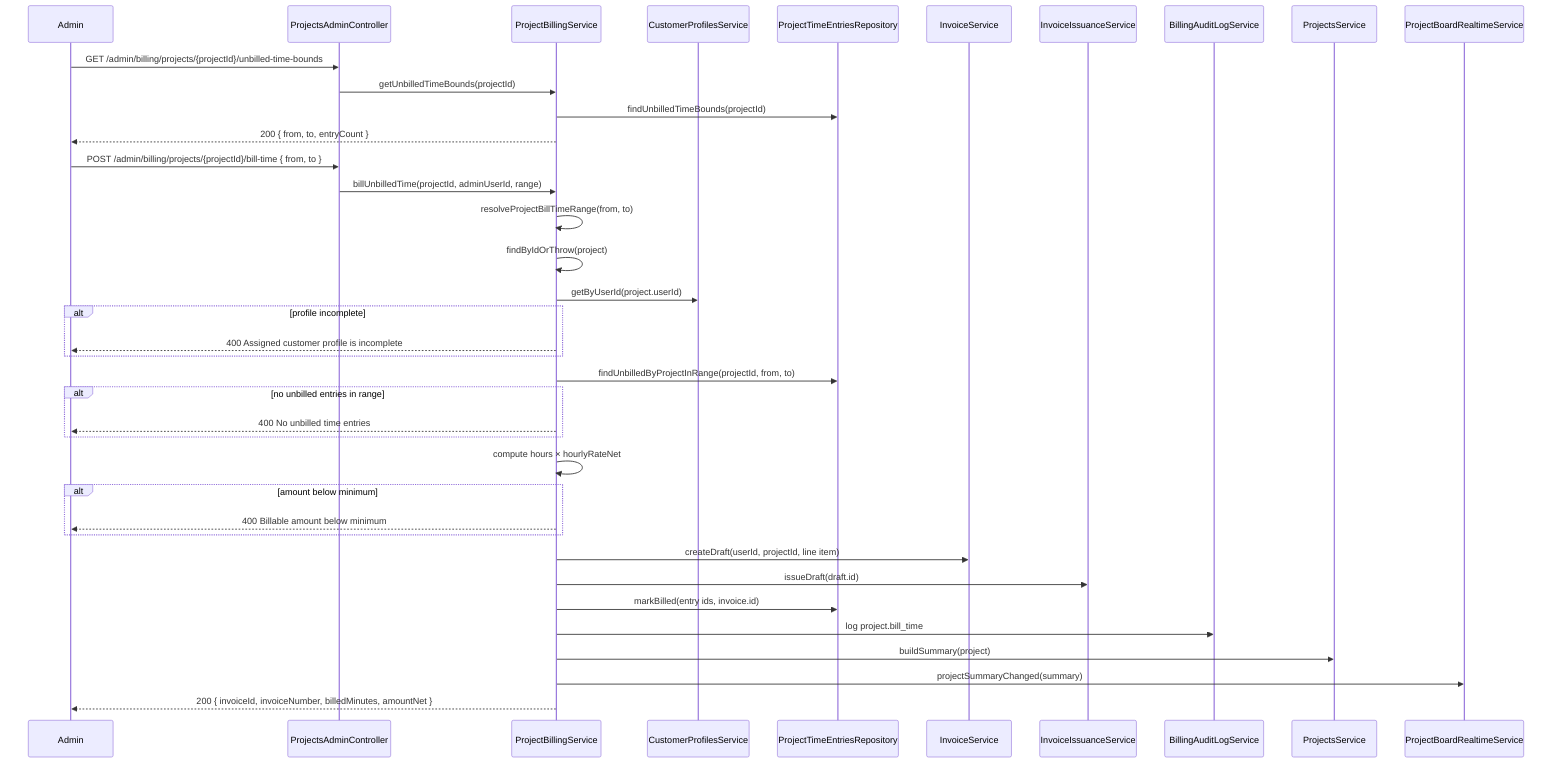
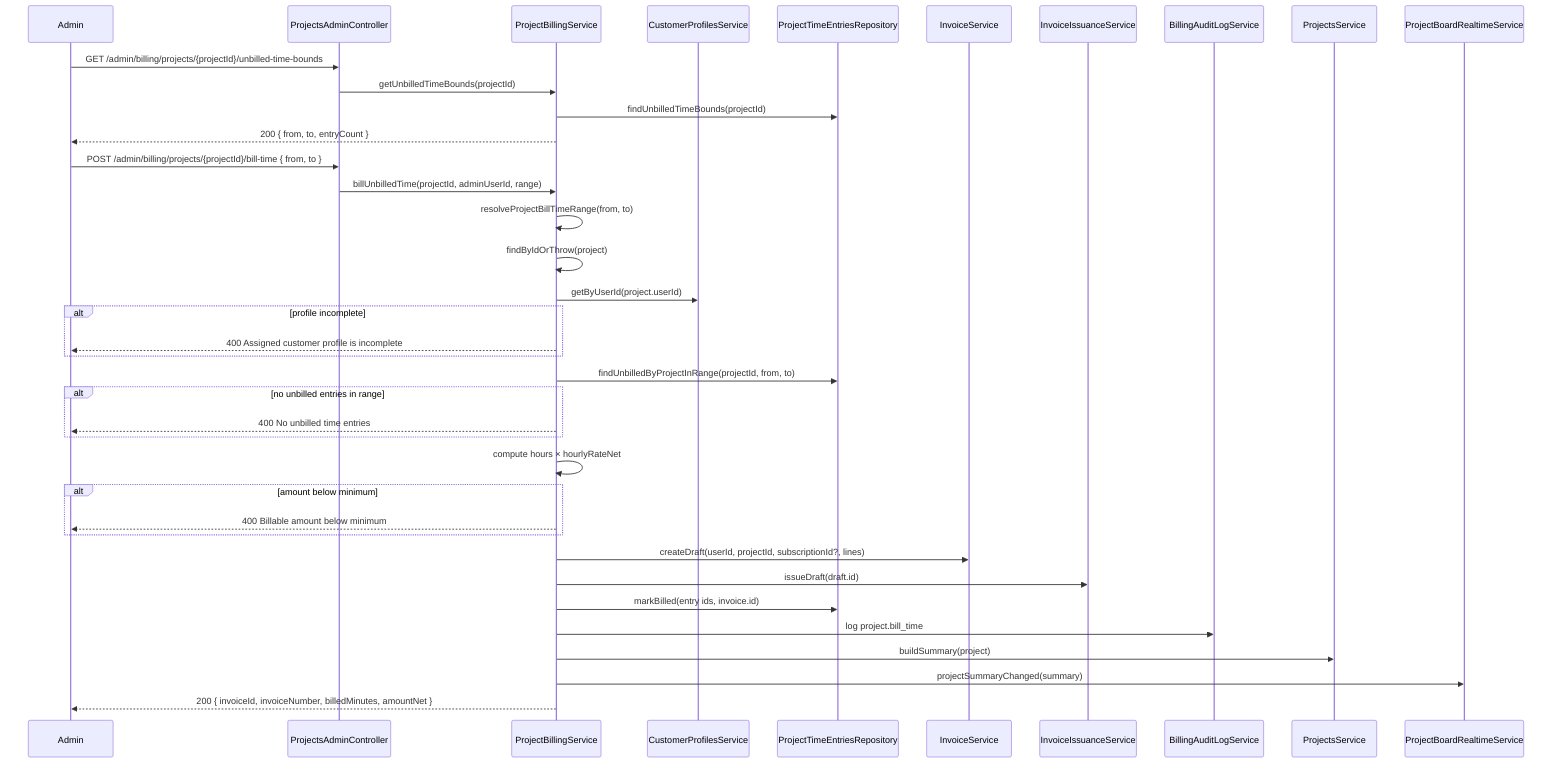
sequenceDiagram
    participant Admin
    participant API as ProjectsAdminController
    participant Billing as ProjectBillingService
    participant Profile as CustomerProfilesService
    participant Time as ProjectTimeEntriesRepository
    participant Invoice as InvoiceService
    participant Issue as InvoiceIssuanceService
    participant Audit as BillingAuditLogService
    participant Summary as ProjectsService
    participant RT as ProjectBoardRealtimeService

    Admin->>API: GET /admin/billing/projects/{projectId}/unbilled-time-bounds
    API->>Billing: getUnbilledTimeBounds(projectId)
    Billing->>Time: findUnbilledTimeBounds(projectId)
    Billing-->>Admin: 200 { from, to, entryCount }

    Admin->>API: POST /admin/billing/projects/{projectId}/bill-time { from, to }
    API->>Billing: billUnbilledTime(projectId, adminUserId, range)
    Billing->>Billing: resolveProjectBillTimeRange(from, to)
    Billing->>Billing: findByIdOrThrow(project)
    Billing->>Profile: getByUserId(project.userId)
    alt profile incomplete
        Billing-->>Admin: 400 Assigned customer profile is incomplete
    end
    Billing->>Time: findUnbilledByProjectInRange(projectId, from, to)
    alt no unbilled entries in range
        Billing-->>Admin: 400 No unbilled time entries
    end
    Billing->>Billing: compute hours × hourlyRateNet
    alt amount below minimum
        Billing-->>Admin: 400 Billable amount below minimum
    end
-     Billing->>Invoice: createDraft(userId, projectId, line item)
+     Billing->>Invoice: createDraft(userId, projectId, subscriptionId?, lines)
    Billing->>Issue: issueDraft(draft.id)
    Billing->>Time: markBilled(entry ids, invoice.id)
    Billing->>Audit: log project.bill_time
    Billing->>Summary: buildSummary(project)
    Billing->>RT: projectSummaryChanged(summary)
    Billing-->>Admin: 200 { invoiceId, invoiceNumber, billedMinutes, amountNet }
